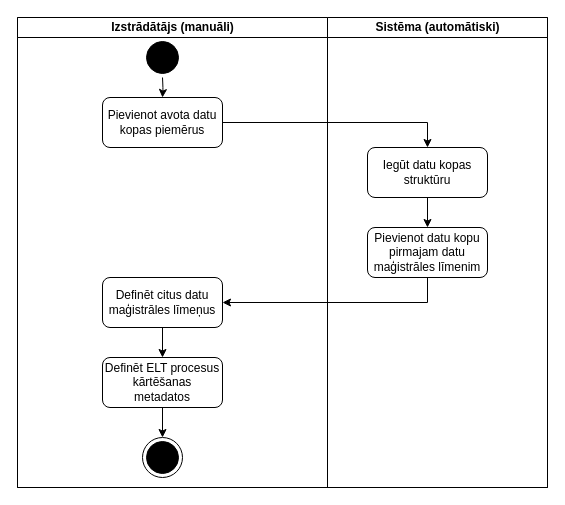
lllauma/heterogeneous-data-integration keeps this draw.io diagram as page "ds_addition" (2 of 6) of schema/scenario/di_addition.drawio. Above is the earlier version. Source tidied: cells renumbered, new cells numbered last; positions are measured from the earlier drawing's top-left corner, leaving out a move shared by most shapes. Both pictures are drawn from the tidied source at 100%, with x=0, y=0 at pixel (17, 17).
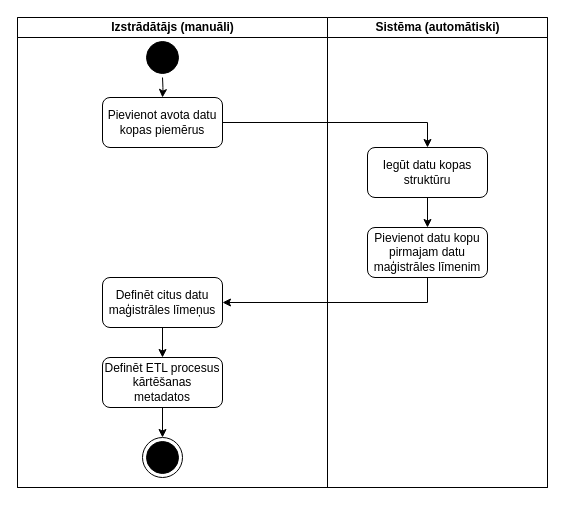
After the change.

The edit, as a diff of the source:
```diff
@@
 <mxGraphModel>
   <root>
     <mxCell id="0" />
     <mxCell id="1" parent="0" />
     <mxCell id="2" style="swimlane;html=1;startSize=0;rounded=0;shadow=0;comic=0;labelBackgroundColor=none;strokeWidth=1;fontFamily=Verdana;fontSize=12;align=center;" parent="1" vertex="1">
       <mxGeometry width="530" height="470" as="geometry" />
     </mxCell>
     <mxCell id="3" value="Izstrādātājs (manuāli)" style="swimlane;html=1;startSize=20;" parent="2" vertex="1">
       <mxGeometry width="310" height="470" as="geometry" />
     </mxCell>
     <mxCell id="4" style="edgeStyle=orthogonalEdgeStyle;html=1;verticalAlign=bottom;endArrow=classic;endSize=6;strokeColor=#000000;exitX=0.499;exitY=0.851;exitDx=0;exitDy=0;exitPerimeter=0;endFill=1;entryX=0.5;entryY=0;entryDx=0;entryDy=0;" parent="3" edge="1" target="6">
       <mxGeometry relative="1" as="geometry">
         <mxPoint x="145" y="60" as="sourcePoint" />
       </mxGeometry>
     </mxCell>
     <mxCell id="5" style="ellipse;html=1;shape=startState;fillColor=#000000;strokeColor=#000000;" parent="3" vertex="1">
       <mxGeometry x="125" y="20" width="40" height="40" as="geometry" />
     </mxCell>
     <mxCell id="6" value="Pievienot avota datu kopas piemērus" style="rounded=1;whiteSpace=wrap;html=1;strokeColor=#000000;" parent="3" vertex="1">
       <mxGeometry x="85" y="80" width="120" height="50" as="geometry" />
     </mxCell>
     <mxCell id="7" style="edgeStyle=orthogonalEdgeStyle;rounded=0;jettySize=auto;html=1;exitX=0.5;exitY=1;exitDx=0;exitDy=0;endArrow=classic;endFill=1;endSize=6;strokeColor=#000000;" parent="3" edge="1" source="8" target="10">
       <mxGeometry relative="1" as="geometry" />
     </mxCell>
     <mxCell id="8" value="Definēt citus datu maģistrāles līmeņus" style="rounded=1;whiteSpace=wrap;html=1;strokeColor=#000000;" parent="3" vertex="1">
       <mxGeometry x="85" y="260" width="120" height="50" as="geometry" />
     </mxCell>
     <mxCell id="9" style="edgeStyle=orthogonalEdgeStyle;rounded=0;jettySize=auto;html=1;exitX=0.5;exitY=1;exitDx=0;exitDy=0;entryX=0.5;entryY=0;entryDx=0;entryDy=0;endArrow=classic;endFill=1;endSize=6;strokeColor=#000000;" parent="3" edge="1" source="10" target="11">
       <mxGeometry relative="1" as="geometry" />
     </mxCell>
-    <mxCell id="10" value="Definēt ELT procesus kārtēšanas metadatos" style="rounded=1;whiteSpace=wrap;html=1;strokeColor=#000000;" parent="3" vertex="1">
+    <mxCell id="10" value="Definēt ETL procesus kārtēšanas metadatos" style="rounded=1;whiteSpace=wrap;html=1;strokeColor=#000000;" parent="3" vertex="1">
       <mxGeometry x="85" y="340" width="120" height="50" as="geometry" />
     </mxCell>
     <mxCell id="11" style="ellipse;html=1;shape=endState;fillColor=#000000;strokeColor=#000000;" parent="3" vertex="1">
       <mxGeometry x="125" y="420" width="40" height="40" as="geometry" />
     </mxCell>
     <mxCell id="12" value="Sistēma (automātiski)" style="swimlane;html=1;startSize=20;" parent="2" vertex="1">
       <mxGeometry x="310" width="220" height="470" as="geometry" />
     </mxCell>
     <mxCell id="13" style="edgeStyle=orthogonalEdgeStyle;rounded=0;jettySize=auto;html=1;exitX=0.5;exitY=1;exitDx=0;exitDy=0;entryX=0.5;entryY=0;entryDx=0;entryDy=0;endArrow=classic;endFill=1;endSize=6;strokeColor=#000000;" parent="12" edge="1" source="14" target="15">
       <mxGeometry relative="1" as="geometry" />
     </mxCell>
     <mxCell id="14" value="Iegūt datu kopas struktūru" style="rounded=1;whiteSpace=wrap;html=1;strokeColor=#000000;" parent="12" vertex="1">
       <mxGeometry x="40" y="130" width="120" height="50" as="geometry" />
     </mxCell>
     <mxCell id="15" value="Pievienot datu kopu pirmajam datu maģistrāles līmenim" style="rounded=1;whiteSpace=wrap;html=1;strokeColor=#000000;" parent="12" vertex="1">
       <mxGeometry x="40" y="210" width="120" height="50" as="geometry" />
     </mxCell>
     <mxCell id="16" style="edgeStyle=orthogonalEdgeStyle;rounded=0;jettySize=auto;html=1;exitX=1;exitY=0.5;exitDx=0;exitDy=0;endArrow=classic;endFill=1;endSize=6;strokeColor=#000000;entryX=0.5;entryY=0;entryDx=0;entryDy=0;" parent="2" edge="1" source="6" target="14">
       <mxGeometry relative="1" as="geometry" />
     </mxCell>
     <mxCell id="17" style="edgeStyle=orthogonalEdgeStyle;rounded=0;jettySize=auto;html=1;exitX=0.5;exitY=1;exitDx=0;exitDy=0;entryX=1;entryY=0.5;entryDx=0;entryDy=0;endArrow=classic;endFill=1;endSize=6;strokeColor=#000000;" parent="2" edge="1" source="15" target="8">
       <mxGeometry relative="1" as="geometry" />
     </mxCell>
   </root>
 </mxGraphModel>
```
